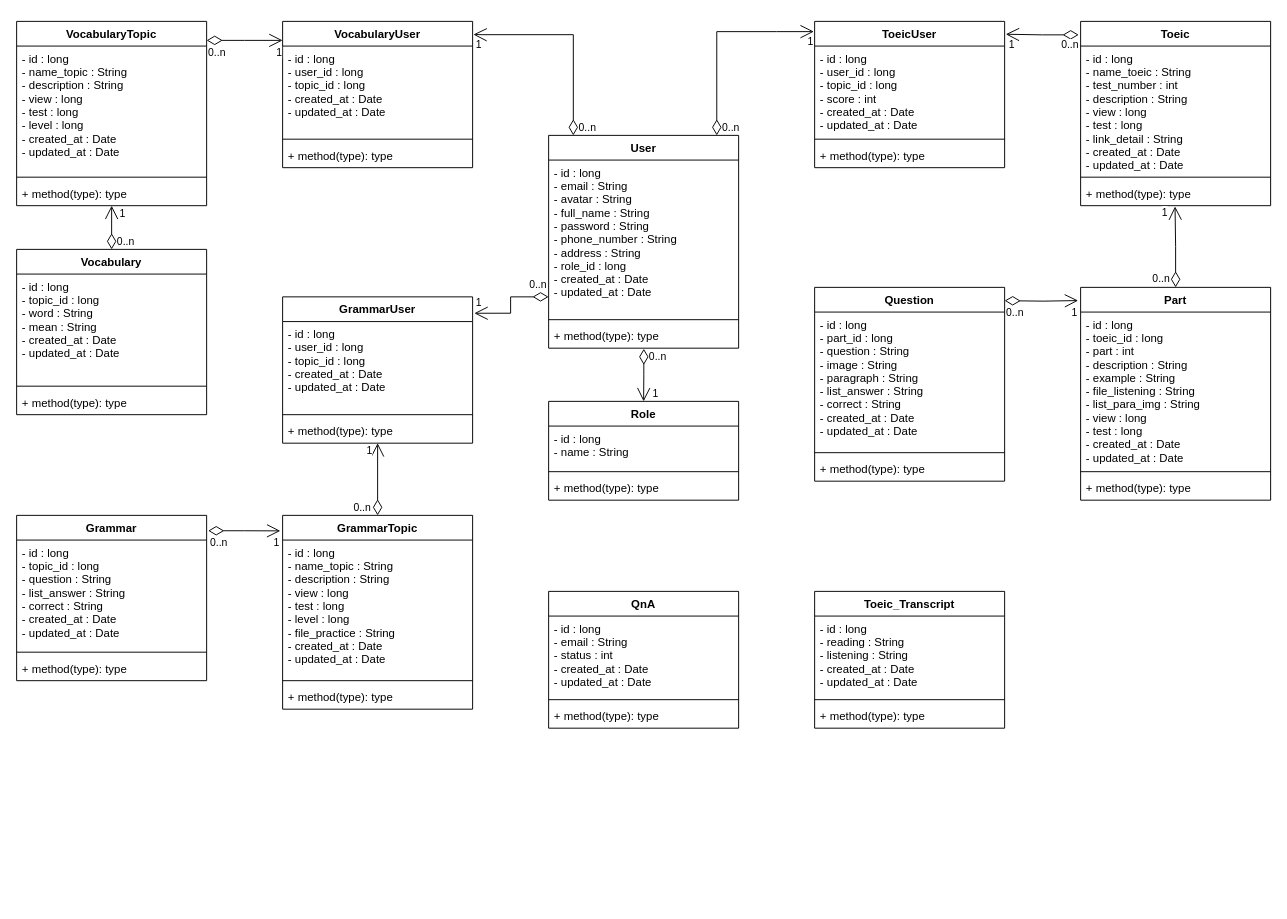
Before: page "Class Diagram" (5 of 8) of ToeicTestSystemManagementProjectDiagram.drawio in SangSama/ToeicTestSystemManagementProject, a draw.io diagram. Source tidied: cells renumbered, new cells numbered last; positions are measured from the earlier drawing's top-left corner, leaving out a move shared by most shapes. Both pictures are drawn from the tidied source at 95%, with x=0, y=0 at pixel (16, 21).
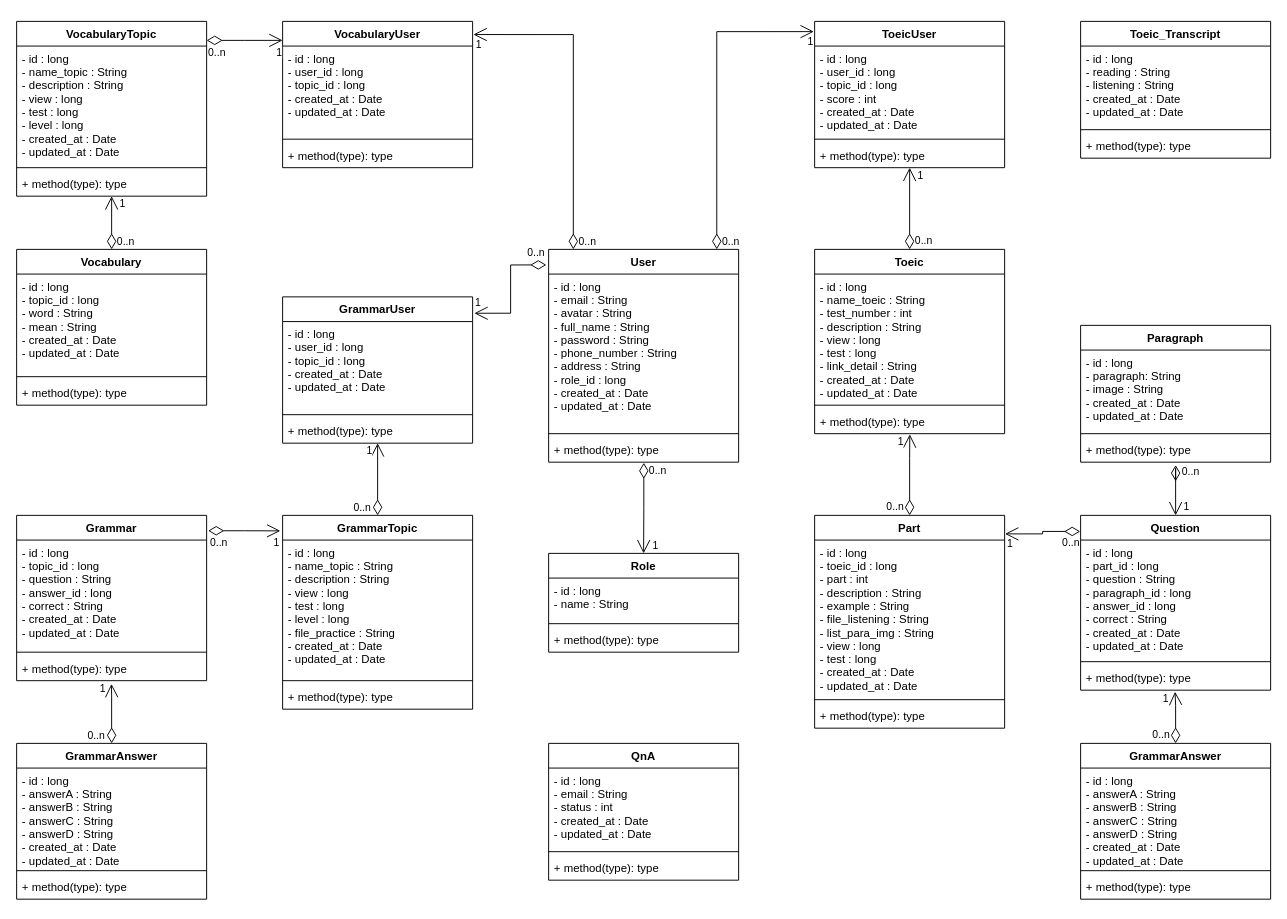
After the change.

Unchanged cells that the change refers to:
```xml
<mxCell id="3" value="- id : long&#10;- email : String&#10;- avatar : String&#10;- full_name : String&#10;- password : String&#10;- phone_number : String&#10;- address : String&#10;- role_id : long&#10;- created_at : Date&#10;- updated_at : Date" style="text;strokeColor=none;fillColor=none;align=left;verticalAlign=top;spacingLeft=4;spacingRight=4;overflow=hidden;points=[[0,0.5],[1,0.5]];portConstraint=eastwest;" parent="2" vertex="1">
  <mxGeometry y="26" width="200" height="164" as="geometry" />
</mxCell>
<mxCell id="10" value="VocabularyUser" style="swimlane;fontStyle=1;align=center;verticalAlign=top;horizontal=1;startSize=26;glass=0;" parent="1" vertex="1">
  <mxGeometry x="280" width="200" height="154" as="geometry" />
</mxCell>
<mxCell id="22" value="GrammarUser" style="swimlane;fontStyle=1;align=center;verticalAlign=top;horizontal=1;startSize=26;glass=0;" parent="1" vertex="1">
  <mxGeometry x="280" y="290" width="200" height="154" as="geometry" />
</mxCell>
<mxCell id="30" value="Grammar" style="swimlane;fontStyle=1;align=center;verticalAlign=top;horizontal=1;startSize=26;glass=0;" parent="1" vertex="1">
  <mxGeometry y="520" width="200" height="174" as="geometry" />
</mxCell>
<mxCell id="33" value="+ method(type): type" style="text;strokeColor=none;fillColor=none;align=left;verticalAlign=top;spacingLeft=4;spacingRight=4;overflow=hidden;points=[[0,0.5],[1,0.5]];portConstraint=eastwest;" parent="30" vertex="1">
  <mxGeometry y="148" width="200" height="26" as="geometry" />
</mxCell>
<mxCell id="38" value="ToeicUser" style="swimlane;fontStyle=1;align=center;verticalAlign=top;horizontal=1;startSize=26;glass=0;" parent="1" vertex="1">
  <mxGeometry x="840" width="200" height="154" as="geometry" />
</mxCell>
<mxCell id="45" value="+ method(type): type" style="text;strokeColor=none;fillColor=none;align=left;verticalAlign=top;spacingLeft=4;spacingRight=4;overflow=hidden;points=[[0,0.5],[1,0.5]];portConstraint=eastwest;" parent="42" vertex="1">
  <mxGeometry y="168" width="200" height="26" as="geometry" />
</mxCell>
```

The edit, as a diff of the source:
```diff
@@
     <mxCell id="2" value="User" style="swimlane;fontStyle=1;align=center;verticalAlign=top;horizontal=1;startSize=26;glass=0;" parent="1" vertex="1">
-      <mxGeometry x="560" y="120" width="200" height="224" as="geometry" />
+      <mxGeometry x="560" y="240" width="200" height="224" as="geometry" />
     </mxCell>
@@
     <mxCell id="6" value="Role" style="swimlane;fontStyle=1;align=center;verticalAlign=top;horizontal=1;startSize=26;glass=0;" parent="1" vertex="1">
-      <mxGeometry x="560" y="400" width="200" height="104" as="geometry" />
+      <mxGeometry x="560" y="560" width="200" height="104" as="geometry" />
     </mxCell>
@@
     <mxCell id="14" value="VocabularyTopic" style="swimlane;fontStyle=1;align=center;verticalAlign=top;horizontal=1;startSize=26;glass=0;" parent="1" vertex="1">
-      <mxGeometry width="200" height="194" as="geometry" />
+      <mxGeometry width="200" height="184" as="geometry" />
     </mxCell>
     <mxCell id="15" value="- id : long&#10;- name_topic : String&#10;- description : String&#10;- view : long&#10;- test : long&#10;- level : long&#10;- created_at : Date&#10;- updated_at : Date" style="text;strokeColor=none;fillColor=none;align=left;verticalAlign=top;spacingLeft=4;spacingRight=4;overflow=hidden;" parent="14" vertex="1">
-      <mxGeometry y="26" width="200" height="134" as="geometry" />
+      <mxGeometry y="26" width="200" height="124" as="geometry" />
     </mxCell>
     <mxCell id="16" style="line;strokeWidth=1;fillColor=none;align=left;verticalAlign=middle;spacingTop=-1;spacingLeft=3;spacingRight=3;labelPosition=right;" parent="14" vertex="1">
-      <mxGeometry y="160" width="200" height="8" as="geometry" />
+      <mxGeometry y="150" width="200" height="8" as="geometry" />
     </mxCell>
     <mxCell id="17" value="+ method(type): type" style="text;strokeColor=none;fillColor=none;align=left;verticalAlign=top;spacingLeft=4;spacingRight=4;overflow=hidden;" parent="14" vertex="1">
-      <mxGeometry y="168" width="200" height="26" as="geometry" />
+      <mxGeometry y="158" width="200" height="26" as="geometry" />
     </mxCell>
     <mxCell id="18" value="Vocabulary" style="swimlane;fontStyle=1;align=center;verticalAlign=top;horizontal=1;startSize=26;glass=0;" parent="1" vertex="1">
-      <mxGeometry y="240" width="200" height="174" as="geometry" />
+      <mxGeometry y="240" width="200" height="164" as="geometry" />
     </mxCell>
     <mxCell id="19" value="- id : long&#10;- topic_id : long&#10;- word : String&#10;- mean : String&#10;- created_at : Date&#10;- updated_at : Date" style="text;strokeColor=none;fillColor=none;align=left;verticalAlign=top;spacingLeft=4;spacingRight=4;overflow=hidden;" parent="18" vertex="1">
-      <mxGeometry y="26" width="200" height="114" as="geometry" />
+      <mxGeometry y="26" width="200" height="104" as="geometry" />
     </mxCell>
     <mxCell id="20" style="line;strokeWidth=1;fillColor=none;align=left;verticalAlign=middle;spacingTop=-1;spacingLeft=3;spacingRight=3;labelPosition=right;" parent="18" vertex="1">
-      <mxGeometry y="140" width="200" height="8" as="geometry" />
+      <mxGeometry y="130" width="200" height="8" as="geometry" />
     </mxCell>
     <mxCell id="21" value="+ method(type): type" style="text;strokeColor=none;fillColor=none;align=left;verticalAlign=top;spacingLeft=4;spacingRight=4;overflow=hidden;" parent="18" vertex="1">
-      <mxGeometry y="148" width="200" height="26" as="geometry" />
+      <mxGeometry y="138" width="200" height="26" as="geometry" />
     </mxCell>
@@
-    <mxCell id="31" value="- id : long&#10;- topic_id : long&#10;- question : String&#10;- list_answer : String&#10;- correct : String&#10;- created_at : Date&#10;- updated_at : Date" style="text;strokeColor=none;fillColor=none;align=left;verticalAlign=top;spacingLeft=4;spacingRight=4;overflow=hidden;" parent="30" vertex="1">
+    <mxCell id="31" value="- id : long&#10;- topic_id : long&#10;- question : String&#10;- answer_id : long&#10;- correct : String&#10;- created_at : Date&#10;- updated_at : Date" style="text;strokeColor=none;fillColor=none;align=left;verticalAlign=top;spacingLeft=4;spacingRight=4;overflow=hidden;" parent="30" vertex="1">
       <mxGeometry y="26" width="200" height="114" as="geometry" />
     </mxCell>
@@
     <mxCell id="34" value="QnA" style="swimlane;fontStyle=1;align=center;verticalAlign=top;horizontal=1;startSize=26;glass=0;" parent="1" vertex="1">
-      <mxGeometry x="560" y="600" width="200" height="144" as="geometry" />
+      <mxGeometry x="560" y="760" width="200" height="144" as="geometry" />
     </mxCell>
@@
     <mxCell id="42" value="Toeic" style="swimlane;fontStyle=1;align=center;verticalAlign=top;horizontal=1;startSize=26;glass=0;" parent="1" vertex="1">
-      <mxGeometry x="1120" width="200" height="194" as="geometry" />
+      <mxGeometry x="840" y="240" width="200" height="194" as="geometry" />
     </mxCell>
@@
     <mxCell id="46" value="Part" style="swimlane;fontStyle=1;align=center;verticalAlign=top;horizontal=1;startSize=26;glass=0;" parent="1" vertex="1">
-      <mxGeometry x="1120" y="280" width="200" height="224" as="geometry" />
+      <mxGeometry x="840" y="520" width="200" height="224" as="geometry" />
     </mxCell>
@@
     <mxCell id="50" value="Toeic_Transcript" style="swimlane;fontStyle=1;align=center;verticalAlign=top;horizontal=1;startSize=26;glass=0;" parent="1" vertex="1">
-      <mxGeometry x="840" y="600" width="200" height="144" as="geometry" />
+      <mxGeometry x="1120" width="200" height="144" as="geometry" />
     </mxCell>
@@
     <mxCell id="54" value="Question" style="swimlane;fontStyle=1;align=center;verticalAlign=top;horizontal=1;startSize=26;glass=0;" parent="1" vertex="1">
-      <mxGeometry x="840" y="280" width="200" height="204" as="geometry" />
+      <mxGeometry x="1120" y="520" width="200" height="184" as="geometry" />
     </mxCell>
-    <mxCell id="55" value="- id : long&#10;- part_id : long&#10;- question : String&#10;- image : String&#10;- paragraph : String&#10;- list_answer : String&#10;- correct : String&#10;- created_at : Date&#10;- updated_at : Date" style="text;strokeColor=none;fillColor=none;align=left;verticalAlign=top;spacingLeft=4;spacingRight=4;overflow=hidden;" parent="54" vertex="1">
-      <mxGeometry y="26" width="200" height="144" as="geometry" />
-    </mxCell>
+    <mxCell id="91" value="- id : long&#10;- part_id : long&#10;- question : String&#10;- paragraph_id : long&#10;- answer_id : long&#10;- correct : String&#10;- created_at : Date&#10;- updated_at : Date" style="text;strokeColor=none;fillColor=none;align=left;verticalAlign=top;spacingLeft=4;spacingRight=4;overflow=hidden;" parent="54" vertex="1">
+      <mxGeometry y="26" width="200" height="124" as="geometry" />
+    </mxCell>
     <mxCell id="56" style="line;strokeWidth=1;fillColor=none;align=left;verticalAlign=middle;spacingTop=-1;spacingLeft=3;spacingRight=3;labelPosition=right;" parent="54" vertex="1">
-      <mxGeometry y="170" width="200" height="8" as="geometry" />
+      <mxGeometry y="150" width="200" height="8" as="geometry" />
     </mxCell>
     <mxCell id="57" value="+ method(type): type" style="text;strokeColor=none;fillColor=none;align=left;verticalAlign=top;spacingLeft=4;spacingRight=4;overflow=hidden;points=[[0,0.5],[1,0.5]];portConstraint=eastwest;" parent="54" vertex="1">
-      <mxGeometry y="178" width="200" height="26" as="geometry" />
+      <mxGeometry y="158" width="200" height="26" as="geometry" />
     </mxCell>
-    <mxCell id="58" style="endArrow=open;html=1;endSize=12;startArrow=diamondThin;startSize=14;startFill=0;edgeStyle=orthogonalEdgeStyle;rounded=0;entryX=1.004;entryY=0.09;entryDx=0;entryDy=0;entryPerimeter=0;" parent="1" edge="1" target="10">
+    <mxCell id="58" style="endArrow=open;html=1;endSize=12;startArrow=diamondThin;startSize=14;startFill=0;edgeStyle=orthogonalEdgeStyle;rounded=0;entryX=1.004;entryY=0.09;entryDx=0;entryDy=0;entryPerimeter=0;" parent="1" edge="1" source="2" target="10">
       <mxGeometry relative="1" as="geometry">
-        <mxPoint x="586" y="120" as="sourcePoint" />
         <Array as="points">
           <mxPoint x="586" y="14" />
-          <mxPoint x="490" y="14" />
         </Array>
       </mxGeometry>
     </mxCell>
@@
-    <mxCell id="70" style="endArrow=open;html=1;endSize=12;startArrow=diamondThin;startSize=14;startFill=0;edgeStyle=orthogonalEdgeStyle;rounded=0;entryX=1.009;entryY=0.112;entryDx=0;entryDy=0;entryPerimeter=0;exitX=0;exitY=0.878;exitDx=0;exitDy=0;exitPerimeter=0;" parent="1" edge="1" source="3" target="22">
+    <mxCell id="70" style="endArrow=open;html=1;endSize=12;startArrow=diamondThin;startSize=14;startFill=0;edgeStyle=orthogonalEdgeStyle;rounded=0;entryX=1.009;entryY=0.112;entryDx=0;entryDy=0;entryPerimeter=0;exitX=-0.012;exitY=0.073;exitDx=0;exitDy=0;exitPerimeter=0;" parent="1" edge="1" source="2" target="22">
       <mxGeometry x="1" y="22" relative="1" as="geometry">
         <mxPoint x="20" y="12" as="offset" />
       </mxGeometry>
     </mxCell>
@@
-    <mxCell id="82" style="endArrow=open;html=1;endSize=12;startArrow=diamondThin;startSize=14;startFill=0;edgeStyle=orthogonalEdgeStyle;rounded=0;exitX=0.5;exitY=0;exitDx=0;exitDy=0;entryX=0.497;entryY=1.031;entryDx=0;entryDy=0;entryPerimeter=0;" parent="1" edge="1" source="46" target="45">
-      <mxGeometry relative="1" as="geometry" />
-    </mxCell>
-    <mxCell id="83" value="0..n" style="edgeLabel;html=1;align=left;verticalAlign=top;" parent="82" vertex="1">
-      <mxGeometry x="-1" relative="1" as="geometry">
-        <mxPoint x="-26" y="-22" as="offset" />
-      </mxGeometry>
-    </mxCell>
-    <mxCell id="84" value="1" style="edgeLabel;html=1;align=right;verticalAlign=top;" parent="82" vertex="1">
-      <mxGeometry x="1" relative="1" as="geometry">
-        <mxPoint x="-7" y="-7" as="offset" />
-      </mxGeometry>
-    </mxCell>
-    <mxCell id="85" style="endArrow=open;html=1;endSize=12;startArrow=diamondThin;startSize=14;startFill=0;edgeStyle=orthogonalEdgeStyle;rounded=0;exitX=-0.01;exitY=0.073;exitDx=0;exitDy=0;exitPerimeter=0;entryX=1.006;entryY=0.088;entryDx=0;entryDy=0;entryPerimeter=0;" parent="1" edge="1" source="42" target="38">
+    <mxCell id="85" style="endArrow=open;html=1;endSize=12;startArrow=diamondThin;startSize=14;startFill=0;edgeStyle=orthogonalEdgeStyle;rounded=0;exitX=0.5;exitY=0;exitDx=0;exitDy=0;entryX=0.5;entryY=1;entryDx=0;entryDy=0;" parent="1" edge="1" source="42" target="38">
       <mxGeometry relative="1" as="geometry" />
     </mxCell>
     <mxCell id="86" value="0..n" style="edgeLabel;html=1;align=left;verticalAlign=top;" parent="85" vertex="1">
       <mxGeometry x="-1" relative="1" as="geometry">
-        <mxPoint x="-20" y="-2" as="offset" />
+        <mxPoint x="4" y="-22" as="offset" />
       </mxGeometry>
     </mxCell>
     <mxCell id="87" value="1" style="edgeLabel;html=1;align=right;verticalAlign=top;" parent="85" vertex="1">
       <mxGeometry x="1" relative="1" as="geometry">
-        <mxPoint x="9" y="-2" as="offset" />
+        <mxPoint x="15" y="-5" as="offset" />
       </mxGeometry>
     </mxCell>
-    <mxCell id="88" style="endArrow=open;html=1;endSize=12;startArrow=diamondThin;startSize=14;startFill=0;edgeStyle=orthogonalEdgeStyle;rounded=0;entryX=-0.013;entryY=0.062;entryDx=0;entryDy=0;entryPerimeter=0;" parent="1" edge="1" target="46">
-      <mxGeometry relative="1" as="geometry">
-        <mxPoint x="1040" y="294" as="sourcePoint" />
-      </mxGeometry>
-    </mxCell>
-    <mxCell id="89" value="0..n" style="edgeLabel;html=1;align=left;verticalAlign=top;" parent="88" vertex="1">
-      <mxGeometry x="-1" relative="1" as="geometry" />
-    </mxCell>
-    <mxCell id="90" value="1" style="edgeLabel;html=1;align=right;verticalAlign=top;" parent="88" vertex="1">
-      <mxGeometry x="1" relative="1" as="geometry" />
-    </mxCell>
+    <mxCell id="92" value="GrammarAnswer" style="swimlane;fontStyle=1;align=center;verticalAlign=top;horizontal=1;startSize=26;" parent="1" vertex="1">
+      <mxGeometry y="760" width="200" height="164" as="geometry" />
+    </mxCell>
+    <mxCell id="93" value="- id : long&#10;- answerA : String&#10;- answerB : String&#10;- answerC : String&#10;- answerD : String&#10;- created_at : Date&#10;- updated_at : Date" style="text;strokeColor=none;fillColor=none;align=left;verticalAlign=top;spacingLeft=4;spacingRight=4;overflow=hidden;" parent="92" vertex="1">
+      <mxGeometry y="26" width="200" height="104" as="geometry" />
+    </mxCell>
+    <mxCell id="94" style="line;strokeWidth=1;fillColor=none;align=left;verticalAlign=middle;spacingTop=-1;spacingLeft=3;spacingRight=3;labelPosition=right;" parent="92" vertex="1">
+      <mxGeometry y="130" width="200" height="8" as="geometry" />
+    </mxCell>
+    <mxCell id="95" value="+ method(type): type" style="text;strokeColor=none;fillColor=none;align=left;verticalAlign=top;spacingLeft=4;spacingRight=4;overflow=hidden;" parent="92" vertex="1">
+      <mxGeometry y="138" width="200" height="26" as="geometry" />
+    </mxCell>
+    <mxCell id="96" style="endArrow=open;html=1;endSize=12;startArrow=diamondThin;startSize=14;startFill=0;edgeStyle=orthogonalEdgeStyle;rounded=0;entryX=0.499;entryY=1.13;entryDx=0;entryDy=0;entryPerimeter=0;" parent="1" edge="1" source="92" target="33">
+      <mxGeometry x="-0.04" y="-10" relative="1" as="geometry">
+        <Array as="points">
+          <mxPoint x="100" y="710" />
+          <mxPoint x="100" y="710" />
+        </Array>
+      </mxGeometry>
+    </mxCell>
+    <mxCell id="97" value="0..n" style="edgeLabel;html=1;align=left;verticalAlign=top;" parent="96" vertex="1">
+      <mxGeometry x="-1" relative="1" as="geometry">
+        <mxPoint x="-27" y="-21" as="offset" />
+      </mxGeometry>
+    </mxCell>
+    <mxCell id="98" value="1" style="edgeLabel;html=1;align=right;verticalAlign=top;" parent="96" vertex="1">
+      <mxGeometry x="1" relative="1" as="geometry">
+        <mxPoint x="-6" y="-8" as="offset" />
+      </mxGeometry>
+    </mxCell>
+    <mxCell id="99" value="Paragraph" style="swimlane;fontStyle=1;align=center;verticalAlign=top;horizontal=1;startSize=26;glass=0;" parent="1" vertex="1">
+      <mxGeometry x="1120" y="320" width="200" height="144" as="geometry" />
+    </mxCell>
+    <mxCell id="100" value="- id : long&#10;- paragraph: String&#10;- image : String&#10;- created_at : Date&#10;- updated_at : Date" style="text;strokeColor=none;fillColor=none;align=left;verticalAlign=top;spacingLeft=4;spacingRight=4;overflow=hidden;" parent="99" vertex="1">
+      <mxGeometry y="26" width="200" height="84" as="geometry" />
+    </mxCell>
+    <mxCell id="101" style="line;strokeWidth=1;fillColor=none;align=left;verticalAlign=middle;spacingTop=-1;spacingLeft=3;spacingRight=3;labelPosition=right;" parent="99" vertex="1">
+      <mxGeometry y="110" width="200" height="8" as="geometry" />
+    </mxCell>
+    <mxCell id="102" value="+ method(type): type" style="text;strokeColor=none;fillColor=none;align=left;verticalAlign=top;spacingLeft=4;spacingRight=4;overflow=hidden;points=[[0,0.5],[1,0.5]];portConstraint=eastwest;" parent="99" vertex="1">
+      <mxGeometry y="118" width="200" height="26" as="geometry" />
+    </mxCell>
+    <mxCell id="82" style="endArrow=open;html=1;endSize=12;startArrow=diamondThin;startSize=14;startFill=0;edgeStyle=orthogonalEdgeStyle;rounded=0;exitX=0.5;exitY=0;exitDx=0;exitDy=0;entryX=0.501;entryY=1.027;entryDx=0;entryDy=0;entryPerimeter=0;" parent="1" edge="1" source="46" target="45">
+      <mxGeometry relative="1" as="geometry">
+        <Array as="points">
+          <mxPoint x="940" y="460" />
+        </Array>
+      </mxGeometry>
+    </mxCell>
+    <mxCell id="103" value="0..n" style="edgeLabel;html=1;align=left;verticalAlign=top;" parent="82" vertex="1">
+      <mxGeometry x="-1" relative="1" as="geometry">
+        <mxPoint x="-26" y="-22" as="offset" />
+      </mxGeometry>
+    </mxCell>
+    <mxCell id="104" value="1" style="edgeLabel;html=1;align=right;verticalAlign=top;" parent="82" vertex="1">
+      <mxGeometry x="1" relative="1" as="geometry">
+        <mxPoint x="-6" y="-6" as="offset" />
+      </mxGeometry>
+    </mxCell>
+    <mxCell id="105" style="endArrow=open;html=1;endSize=12;startArrow=diamondThin;startSize=14;startFill=0;edgeStyle=orthogonalEdgeStyle;rounded=0;exitX=-0.002;exitY=0.092;exitDx=0;exitDy=0;exitPerimeter=0;entryX=1.002;entryY=0.087;entryDx=0;entryDy=0;entryPerimeter=0;" parent="1" edge="1" source="54" target="46">
+      <mxGeometry relative="1" as="geometry" />
+    </mxCell>
+    <mxCell id="106" value="0..n" style="edgeLabel;html=1;align=left;verticalAlign=top;" parent="105" vertex="1">
+      <mxGeometry x="-1" relative="1" as="geometry">
+        <mxPoint x="-21" y="-1" as="offset" />
+      </mxGeometry>
+    </mxCell>
+    <mxCell id="107" value="1" style="edgeLabel;html=1;align=right;verticalAlign=top;" parent="105" vertex="1">
+      <mxGeometry x="1" relative="1" as="geometry">
+        <mxPoint x="9" y="-2" as="offset" />
+      </mxGeometry>
+    </mxCell>
+    <mxCell id="108" value="GrammarAnswer" style="swimlane;fontStyle=1;align=center;verticalAlign=top;horizontal=1;startSize=26;" parent="1" vertex="1">
+      <mxGeometry x="1120" y="760" width="200" height="164" as="geometry" />
+    </mxCell>
+    <mxCell id="109" value="- id : long&#10;- answerA : String&#10;- answerB : String&#10;- answerC : String&#10;- answerD : String&#10;- created_at : Date&#10;- updated_at : Date" style="text;strokeColor=none;fillColor=none;align=left;verticalAlign=top;spacingLeft=4;spacingRight=4;overflow=hidden;" parent="108" vertex="1">
+      <mxGeometry y="26" width="200" height="104" as="geometry" />
+    </mxCell>
+    <mxCell id="110" style="line;strokeWidth=1;fillColor=none;align=left;verticalAlign=middle;spacingTop=-1;spacingLeft=3;spacingRight=3;labelPosition=right;" parent="108" vertex="1">
+      <mxGeometry y="130" width="200" height="8" as="geometry" />
+    </mxCell>
+    <mxCell id="111" value="+ method(type): type" style="text;strokeColor=none;fillColor=none;align=left;verticalAlign=top;spacingLeft=4;spacingRight=4;overflow=hidden;" parent="108" vertex="1">
+      <mxGeometry y="138" width="200" height="26" as="geometry" />
+    </mxCell>
+    <mxCell id="112" style="endArrow=open;html=1;endSize=12;startArrow=diamondThin;startSize=14;startFill=0;edgeStyle=orthogonalEdgeStyle;rounded=0;entryX=0.5;entryY=0;entryDx=0;entryDy=0;exitX=0.5;exitY=1.115;exitDx=0;exitDy=0;exitPerimeter=0;" parent="1" edge="1" source="102" target="54">
+      <mxGeometry relative="1" as="geometry">
+        <Array as="points">
+          <mxPoint x="1220" y="470" />
+          <mxPoint x="1220" y="470" />
+        </Array>
+      </mxGeometry>
+    </mxCell>
+    <mxCell id="113" value="0..n" style="edgeLabel;html=1;align=left;verticalAlign=top;" parent="112" vertex="1">
+      <mxGeometry x="-1" relative="1" as="geometry">
+        <mxPoint x="5" y="-6" as="offset" />
+      </mxGeometry>
+    </mxCell>
+    <mxCell id="114" value="1" style="edgeLabel;html=1;align=right;verticalAlign=top;" parent="112" vertex="1">
+      <mxGeometry x="1" relative="1" as="geometry">
+        <mxPoint x="15" y="-22" as="offset" />
+      </mxGeometry>
+    </mxCell>
+    <mxCell id="115" style="endArrow=open;html=1;endSize=12;startArrow=diamondThin;startSize=14;startFill=0;edgeStyle=orthogonalEdgeStyle;rounded=0;exitX=0.5;exitY=0;exitDx=0;exitDy=0;entryX=0.497;entryY=1.062;entryDx=0;entryDy=0;entryPerimeter=0;" parent="1" edge="1" source="108" target="57">
+      <mxGeometry relative="1" as="geometry">
+        <Array as="points">
+          <mxPoint x="1220" y="720" />
+          <mxPoint x="1219" y="720" />
+        </Array>
+      </mxGeometry>
+    </mxCell>
+    <mxCell id="116" value="0..n" style="edgeLabel;html=1;align=left;verticalAlign=top;" parent="115" vertex="1">
+      <mxGeometry x="-1" relative="1" as="geometry">
+        <mxPoint x="-26" y="-22" as="offset" />
+      </mxGeometry>
+    </mxCell>
+    <mxCell id="117" value="1" style="edgeLabel;html=1;align=right;verticalAlign=top;" parent="115" vertex="1">
+      <mxGeometry x="1" relative="1" as="geometry">
+        <mxPoint x="-6" y="-6" as="offset" />
+      </mxGeometry>
+    </mxCell>
```
